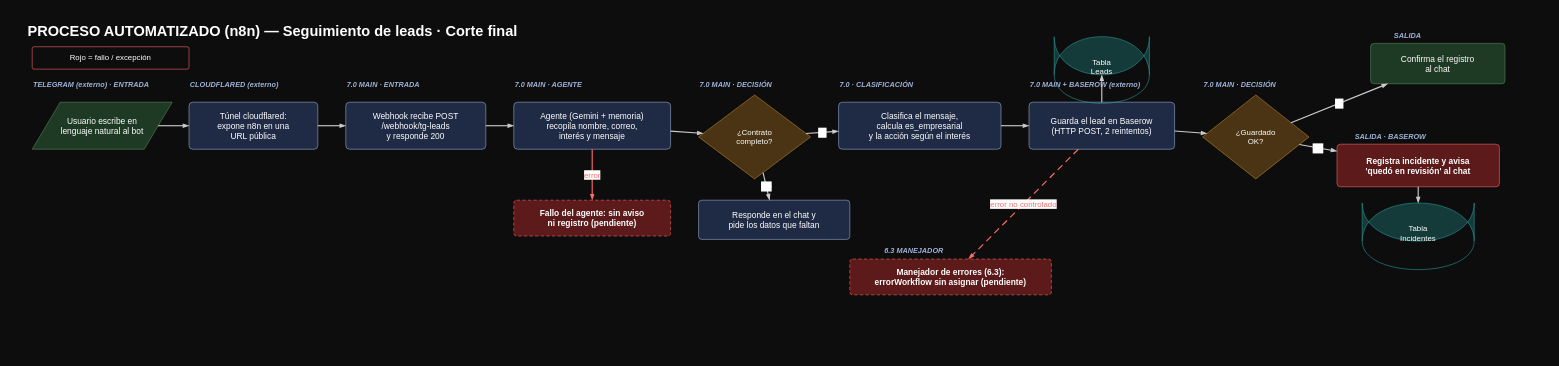
The draw.io diagram documentacion/diagramas/Proceso_Automatizado.drawio in Argoty/n8n-final-cruz_sinisterra_hernandez_argoty-SeguimientoLeads, before the edit. Source tidied: cells renumbered, new cells numbered last; positions are measured from the earlier drawing's top-left corner, leaving out a move shared by most shapes. Both pictures are drawn from the tidied source at 56%, with x=0, y=0 at pixel (10, 10).
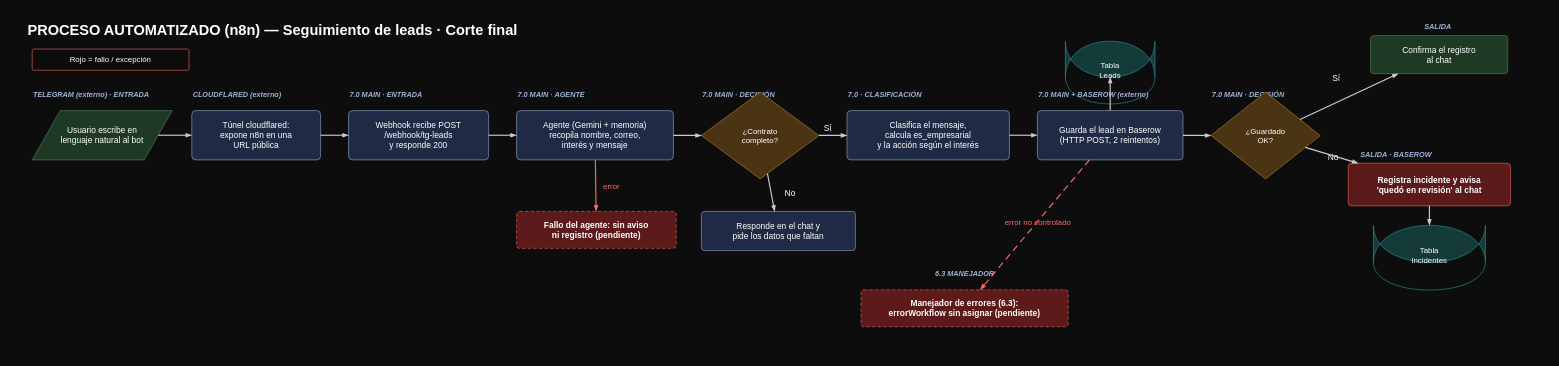
Above is the later version.

Commit message (it also covers changes not shown here):
fix: free-floating edge labels and Corte 2 spacing in diagrams

The edit, as a diff of the source:
```diff
@@
     <mxCell id="2" style="rounded=0;whiteSpace=wrap;html=1;fillColor=#0d0d0d;strokeColor=none;" parent="1" vertex="1">
-      <mxGeometry width="2750" height="560" as="geometry" />
+      <mxGeometry width="2750" height="620" as="geometry" />
     </mxCell>
     <mxCell id="3" value="PROCESO AUTOMATIZADO (n8n) — Seguimiento de leads · Corte final" style="text;html=1;align=left;verticalAlign=middle;fontSize=26;fontStyle=1;fontColor=#ffffff;" parent="1" vertex="1">
-      <mxGeometry x="30" y="14" width="1140" height="48" as="geometry" />
+      <mxGeometry x="30" y="14" width="1140" height="46" as="geometry" />
     </mxCell>
     <mxCell id="4" value="Rojo = fallo / excepción" style="rounded=1;arcSize=8;whiteSpace=wrap;html=1;fillColor=none;strokeColor=#ff6b6b;fontColor=#ffffff;fontSize=14;" parent="1" vertex="1">
-      <mxGeometry x="40" y="66" width="280" height="40" as="geometry" />
+      <mxGeometry x="40" y="70" width="280" height="38" as="geometry" />
     </mxCell>
+    <mxCell id="13" value="SALIDA" style="text;html=1;align=center;verticalAlign=middle;fontSize=13;fontStyle=3;fontColor=#9fb3d9;" parent="1" vertex="1">
+      <mxGeometry x="2475" y="20" width="150" height="20" as="geometry" />
+    </mxCell>
     <mxCell id="5" value="TELEGRAM (externo) · ENTRADA" style="text;html=1;align=left;verticalAlign=middle;fontSize=13;fontStyle=3;fontColor=#9fb3d9;" parent="1" vertex="1">
-      <mxGeometry x="40" y="122" width="250" height="22" as="geometry" />
+      <mxGeometry x="40" y="140" width="250" height="22" as="geometry" />
     </mxCell>
     <mxCell id="6" value="CLOUDFLARED (externo)" style="text;html=1;align=left;verticalAlign=middle;fontSize=13;fontStyle=3;fontColor=#9fb3d9;" parent="1" vertex="1">
-      <mxGeometry x="320" y="122" width="230" height="22" as="geometry" />
+      <mxGeometry x="325" y="140" width="230" height="22" as="geometry" />
     </mxCell>
     <mxCell id="7" value="7.0 MAIN · ENTRADA" style="text;html=1;align=left;verticalAlign=middle;fontSize=13;fontStyle=3;fontColor=#9fb3d9;" parent="1" vertex="1">
-      <mxGeometry x="600" y="122" width="250" height="22" as="geometry" />
+      <mxGeometry x="605" y="140" width="250" height="22" as="geometry" />
     </mxCell>
     <mxCell id="8" value="7.0 MAIN · AGENTE" style="text;html=1;align=left;verticalAlign=middle;fontSize=13;fontStyle=3;fontColor=#9fb3d9;" parent="1" vertex="1">
-      <mxGeometry x="900" y="122" width="280" height="22" as="geometry" />
+      <mxGeometry x="905" y="140" width="280" height="22" as="geometry" />
     </mxCell>
     <mxCell id="9" value="7.0 MAIN · DECISIÓN" style="text;html=1;align=left;verticalAlign=middle;fontSize=13;fontStyle=3;fontColor=#9fb3d9;" parent="1" vertex="1">
-      <mxGeometry x="1230" y="122" width="200" height="22" as="geometry" />
+      <mxGeometry x="1235" y="140" width="210" height="22" as="geometry" />
     </mxCell>
     <mxCell id="10" value="7.0 · CLASIFICACIÓN" style="text;html=1;align=left;verticalAlign=middle;fontSize=13;fontStyle=3;fontColor=#9fb3d9;" parent="1" vertex="1">
-      <mxGeometry x="1480" y="122" width="290" height="22" as="geometry" />
+      <mxGeometry x="1495" y="140" width="290" height="22" as="geometry" />
     </mxCell>
     <mxCell id="11" value="7.0 MAIN + BASEROW (externo)" style="text;html=1;align=left;verticalAlign=middle;fontSize=13;fontStyle=3;fontColor=#9fb3d9;" parent="1" vertex="1">
-      <mxGeometry x="1820" y="122" width="280" height="22" as="geometry" />
+      <mxGeometry x="1835" y="140" width="280" height="22" as="geometry" />
     </mxCell>
     <mxCell id="12" value="7.0 MAIN · DECISIÓN" style="text;html=1;align=left;verticalAlign=middle;fontSize=13;fontStyle=3;fontColor=#9fb3d9;" parent="1" vertex="1">
-      <mxGeometry x="2130" y="122" width="200" height="22" as="geometry" />
+      <mxGeometry x="2145" y="140" width="210" height="22" as="geometry" />
     </mxCell>
-    <mxCell id="13" value="SALIDA" style="text;html=1;align=left;verticalAlign=middle;fontSize=13;fontStyle=3;fontColor=#9fb3d9;" parent="1" vertex="1">
-      <mxGeometry x="2470" y="36" width="160" height="20" as="geometry" />
-    </mxCell>
     <mxCell id="14" value="SALIDA · BASEROW" style="text;html=1;align=left;verticalAlign=middle;fontSize=13;fontStyle=3;fontColor=#9fb3d9;" parent="1" vertex="1">
-      <mxGeometry x="2400" y="216" width="250" height="20" as="geometry" />
+      <mxGeometry x="2410" y="248" width="250" height="20" as="geometry" />
     </mxCell>
-    <mxCell id="15" value="6.3 MANEJADOR" style="text;html=1;align=left;verticalAlign=middle;fontSize=13;fontStyle=3;fontColor=#9fb3d9;" parent="1" vertex="1">
-      <mxGeometry x="1560" y="420" width="240" height="20" as="geometry" />
+    <mxCell id="15" value="6.3 MANEJADOR" style="text;html=1;align=center;verticalAlign=middle;fontSize=13;fontStyle=3;fontColor=#9fb3d9;" parent="1" vertex="1">
+      <mxGeometry x="1580" y="460" width="250" height="20" as="geometry" />
     </mxCell>
+    <mxCell id="29" value="Tabla&lt;br&gt;Leads" style="shape=cylinder;whiteSpace=wrap;html=1;boundedLbl=1;backgroundOutline=1;size=12;fillColor=#143a3a;strokeColor=#2e9e9e;fontColor=#ffffff;fontSize=14;" parent="1" vertex="1">
+      <mxGeometry x="1885" y="56" width="160" height="64" as="geometry" />
+    </mxCell>
+    <mxCell id="24" value="Confirma el registro&lt;br&gt;al chat" style="rounded=1;arcSize=8;whiteSpace=wrap;html=1;fillColor=#1f3a24;strokeColor=#5a8a5a;fontColor=#ffffff;fontSize=15;" parent="1" vertex="1">
+      <mxGeometry x="2430" y="46" width="245" height="68" as="geometry" />
+    </mxCell>
     <mxCell id="16" value="Usuario escribe en&lt;br&gt;lenguaje natural al bot" style="shape=parallelogram;perimeter=parallelogramPerimeter;whiteSpace=wrap;html=1;fillColor=#1f3a24;strokeColor=#5a8a5a;fontColor=#ffffff;fontSize=15;" parent="1" vertex="1">
-      <mxGeometry x="40" y="165" width="250" height="84" as="geometry" />
+      <mxGeometry x="40" y="180" width="250" height="88" as="geometry" />
     </mxCell>
     <mxCell id="17" value="Túnel cloudflared:&lt;br&gt;expone n8n en una&lt;br&gt;URL pública" style="rounded=1;arcSize=8;whiteSpace=wrap;html=1;fillColor=#1f2a44;strokeColor=#9fb3d9;fontColor=#ffffff;fontSize=15;" parent="1" vertex="1">
-      <mxGeometry x="320" y="165" width="230" height="84" as="geometry" />
+      <mxGeometry x="325" y="180" width="230" height="88" as="geometry" />
     </mxCell>
     <mxCell id="18" value="Webhook recibe POST&lt;br&gt;/webhook/tg-leads&lt;br&gt;y responde 200" style="rounded=1;arcSize=8;whiteSpace=wrap;html=1;fillColor=#1f2a44;strokeColor=#9fb3d9;fontColor=#ffffff;fontSize=15;" parent="1" vertex="1">
-      <mxGeometry x="600" y="165" width="250" height="84" as="geometry" />
+      <mxGeometry x="605" y="180" width="250" height="88" as="geometry" />
     </mxCell>
     <mxCell id="19" value="Agente (Gemini + memoria)&lt;br&gt;recopila nombre, correo,&lt;br&gt;interés y mensaje" style="rounded=1;arcSize=8;whiteSpace=wrap;html=1;fillColor=#1f2a44;strokeColor=#9fb3d9;fontColor=#ffffff;fontSize=15;" parent="1" vertex="1">
-      <mxGeometry x="900" y="165" width="280" height="84" as="geometry" />
+      <mxGeometry x="905" y="180" width="280" height="88" as="geometry" />
     </mxCell>
     <mxCell id="20" value="¿Contrato&lt;br&gt;completo?" style="rhombus;whiteSpace=wrap;html=1;fillColor=#4a3414;strokeColor=#c08a2e;fontColor=#ffffff;fontSize=14;" parent="1" vertex="1">
-      <mxGeometry x="1230" y="152" width="200" height="150" as="geometry" />
+      <mxGeometry x="1235" y="147" width="210" height="155" as="geometry" />
     </mxCell>
     <mxCell id="21" value="Clasifica el mensaje,&lt;br&gt;calcula es_empresarial&lt;br&gt;y la acción según el interés" style="rounded=1;arcSize=8;whiteSpace=wrap;html=1;fillColor=#1f2a44;strokeColor=#9fb3d9;fontColor=#ffffff;fontSize=15;" parent="1" vertex="1">
-      <mxGeometry x="1480" y="165" width="290" height="84" as="geometry" />
+      <mxGeometry x="1495" y="180" width="290" height="88" as="geometry" />
     </mxCell>
     <mxCell id="22" value="Guarda el lead en Baserow&lt;br&gt;(HTTP POST, 2 reintentos)" style="rounded=1;arcSize=8;whiteSpace=wrap;html=1;fillColor=#1f2a44;strokeColor=#9fb3d9;fontColor=#ffffff;fontSize=15;" parent="1" vertex="1">
-      <mxGeometry x="1820" y="165" width="260" height="84" as="geometry" />
+      <mxGeometry x="1835" y="180" width="260" height="88" as="geometry" />
     </mxCell>
     <mxCell id="23" value="¿Guardado&lt;br&gt;OK?" style="rhombus;whiteSpace=wrap;html=1;fillColor=#4a3414;strokeColor=#c08a2e;fontColor=#ffffff;fontSize=14;" parent="1" vertex="1">
-      <mxGeometry x="2130" y="152" width="190" height="150" as="geometry" />
+      <mxGeometry x="2145" y="147" width="195" height="155" as="geometry" />
     </mxCell>
-    <mxCell id="24" value="Confirma el registro&lt;br&gt;al chat" style="rounded=1;arcSize=8;whiteSpace=wrap;html=1;fillColor=#1f3a24;strokeColor=#5a8a5a;fontColor=#ffffff;fontSize=15;" parent="1" vertex="1">
-      <mxGeometry x="2430" y="60" width="240" height="72" as="geometry" />
-    </mxCell>
     <mxCell id="25" value="Registra incidente y avisa&lt;br&gt;'quedó en revisión' al chat" style="rounded=1;arcSize=8;whiteSpace=wrap;html=1;fillColor=#5c1a1a;strokeColor=#ff6b6b;fontColor=#ffffff;fontSize=15;fontStyle=1;" parent="1" vertex="1">
-      <mxGeometry x="2370" y="240" width="290" height="76" as="geometry" />
+      <mxGeometry x="2390" y="274" width="290" height="76" as="geometry" />
     </mxCell>
     <mxCell id="26" value="Responde en el chat y&lt;br&gt;pide los datos que faltan" style="rounded=1;arcSize=8;whiteSpace=wrap;html=1;fillColor=#1f2a44;strokeColor=#9fb3d9;fontColor=#ffffff;fontSize=15;" parent="1" vertex="1">
-      <mxGeometry x="1230" y="340" width="270" height="70" as="geometry" />
+      <mxGeometry x="1235" y="360" width="275" height="70" as="geometry" />
     </mxCell>
     <mxCell id="27" value="Fallo del agente: sin aviso&lt;br&gt;ni registro (pendiente)" style="rounded=1;arcSize=8;whiteSpace=wrap;html=1;fillColor=#5c1a1a;strokeColor=#ff6b6b;fontColor=#ffffff;fontSize=15;fontStyle=1;dashed=1;dashPattern=6 4;" parent="1" vertex="1">
-      <mxGeometry x="900" y="340" width="280" height="64" as="geometry" />
+      <mxGeometry x="905" y="360" width="285" height="66" as="geometry" />
     </mxCell>
+    <mxCell id="30" value="Tabla&lt;br&gt;Incidentes" style="shape=cylinder;whiteSpace=wrap;html=1;boundedLbl=1;backgroundOutline=1;size=12;fillColor=#143a3a;strokeColor=#2e9e9e;fontColor=#ffffff;fontSize=14;" parent="1" vertex="1">
+      <mxGeometry x="2435" y="385" width="200" height="66" as="geometry" />
+    </mxCell>
     <mxCell id="28" value="Manejador de errores (6.3):&lt;br&gt;errorWorkflow sin asignar (pendiente)" style="rounded=1;arcSize=8;whiteSpace=wrap;html=1;fillColor=#5c1a1a;strokeColor=#ff6b6b;fontColor=#ffffff;fontSize=15;fontStyle=1;dashed=1;dashPattern=6 4;" parent="1" vertex="1">
-      <mxGeometry x="1500" y="445" width="360" height="64" as="geometry" />
+      <mxGeometry x="1520" y="500" width="370" height="66" as="geometry" />
     </mxCell>
-    <mxCell id="29" value="Tabla&lt;br&gt;Leads" style="shape=cylinder;whiteSpace=wrap;html=1;boundedLbl=1;backgroundOutline=1;size=12;fillColor=#143a3a;strokeColor=#2e9e9e;fontColor=#ffffff;fontSize=14;" parent="1" vertex="1">
-      <mxGeometry x="1865" y="48" width="170" height="68" as="geometry" />
-    </mxCell>
-    <mxCell id="30" value="Tabla&lt;br&gt;Incidentes" style="shape=cylinder;whiteSpace=wrap;html=1;boundedLbl=1;backgroundOutline=1;size=12;fillColor=#143a3a;strokeColor=#2e9e9e;fontColor=#ffffff;fontSize=14;" parent="1" vertex="1">
-      <mxGeometry x="2415" y="345" width="200" height="68" as="geometry" />
-    </mxCell>
+    <mxCell id="45" value="Sí" style="text;html=1;align=left;verticalAlign=middle;fontSize=15;fontColor=#ffffff;" parent="1" vertex="1">
+      <mxGeometry x="1452" y="200" width="36" height="22" as="geometry" />
+    </mxCell>
+    <mxCell id="46" value="No" style="text;html=1;align=left;verticalAlign=middle;fontSize=15;fontColor=#ffffff;" parent="1" vertex="1">
+      <mxGeometry x="1382" y="316" width="40" height="22" as="geometry" />
+    </mxCell>
+    <mxCell id="47" value="Sí" style="text;html=1;align=left;verticalAlign=middle;fontSize=15;fontColor=#ffffff;" parent="1" vertex="1">
+      <mxGeometry x="2360" y="110" width="36" height="22" as="geometry" />
+    </mxCell>
+    <mxCell id="48" value="No" style="text;html=1;align=left;verticalAlign=middle;fontSize=15;fontColor=#ffffff;" parent="1" vertex="1">
+      <mxGeometry x="2352" y="252" width="40" height="22" as="geometry" />
+    </mxCell>
+    <mxCell id="49" value="error" style="text;html=1;align=left;verticalAlign=middle;fontSize=14;fontColor=#ff6b6b;" parent="1" vertex="1">
+      <mxGeometry x="1058" y="305" width="60" height="22" as="geometry" />
+    </mxCell>
+    <mxCell id="50" value="error no controlado" style="text;html=1;align=left;verticalAlign=middle;fontSize=14;fontColor=#ff6b6b;" parent="1" vertex="1">
+      <mxGeometry x="1775" y="368" width="160" height="22" as="geometry" />
+    </mxCell>
@@
-    <mxCell id="35" value="Sí" style="html=1;endArrow=blockThin;endFill=1;strokeColor=#cccccc;strokeWidth=2;fontColor=#ffffff;fontSize=15;" parent="1" edge="1" source="20" target="21">
+    <mxCell id="35" style="html=1;endArrow=blockThin;endFill=1;strokeColor=#cccccc;strokeWidth=2;" parent="1" edge="1" source="20" target="21">
       <mxGeometry relative="1" as="geometry" />
     </mxCell>
-    <mxCell id="36" value="No" style="html=1;endArrow=blockThin;endFill=1;strokeColor=#cccccc;strokeWidth=2;fontColor=#ffffff;fontSize=15;" parent="1" edge="1" source="20" target="26">
+    <mxCell id="36" style="html=1;endArrow=blockThin;endFill=1;strokeColor=#cccccc;strokeWidth=2;" parent="1" edge="1" source="20" target="26">
       <mxGeometry relative="1" as="geometry" />
     </mxCell>
@@
-    <mxCell id="39" value="Sí" style="html=1;endArrow=blockThin;endFill=1;strokeColor=#cccccc;strokeWidth=2;fontColor=#ffffff;fontSize=15;" parent="1" edge="1" source="23" target="24">
+    <mxCell id="39" style="html=1;endArrow=blockThin;endFill=1;strokeColor=#cccccc;strokeWidth=2;" parent="1" edge="1" source="23" target="24">
       <mxGeometry relative="1" as="geometry" />
     </mxCell>
-    <mxCell id="40" value="No" style="html=1;endArrow=blockThin;endFill=1;strokeColor=#cccccc;strokeWidth=2;fontColor=#ffffff;fontSize=15;" parent="1" edge="1" source="23" target="25">
+    <mxCell id="40" style="html=1;endArrow=blockThin;endFill=1;strokeColor=#cccccc;strokeWidth=2;" parent="1" edge="1" source="23" target="25">
       <mxGeometry relative="1" as="geometry" />
     </mxCell>
@@
-    <mxCell id="43" value="error" style="html=1;endArrow=blockThin;endFill=1;strokeColor=#ff6b6b;strokeWidth=2;fontColor=#ff6b6b;fontSize=14;" parent="1" edge="1" source="19" target="27">
+    <mxCell id="43" style="html=1;endArrow=blockThin;endFill=1;strokeColor=#ff6b6b;strokeWidth=2;" parent="1" edge="1" source="19" target="27">
       <mxGeometry relative="1" as="geometry" />
     </mxCell>
-    <mxCell id="44" value="error no controlado" style="html=1;endArrow=blockThin;endFill=1;strokeColor=#ff6b6b;strokeWidth=2;dashed=1;dashPattern=6 4;fontColor=#ff6b6b;fontSize=14;" parent="1" edge="1" source="22" target="28">
+    <mxCell id="44" style="html=1;endArrow=blockThin;endFill=1;strokeColor=#ff6b6b;strokeWidth=2;dashed=1;dashPattern=6 4;" parent="1" edge="1" source="22" target="28">
       <mxGeometry relative="1" as="geometry" />
     </mxCell>
```
